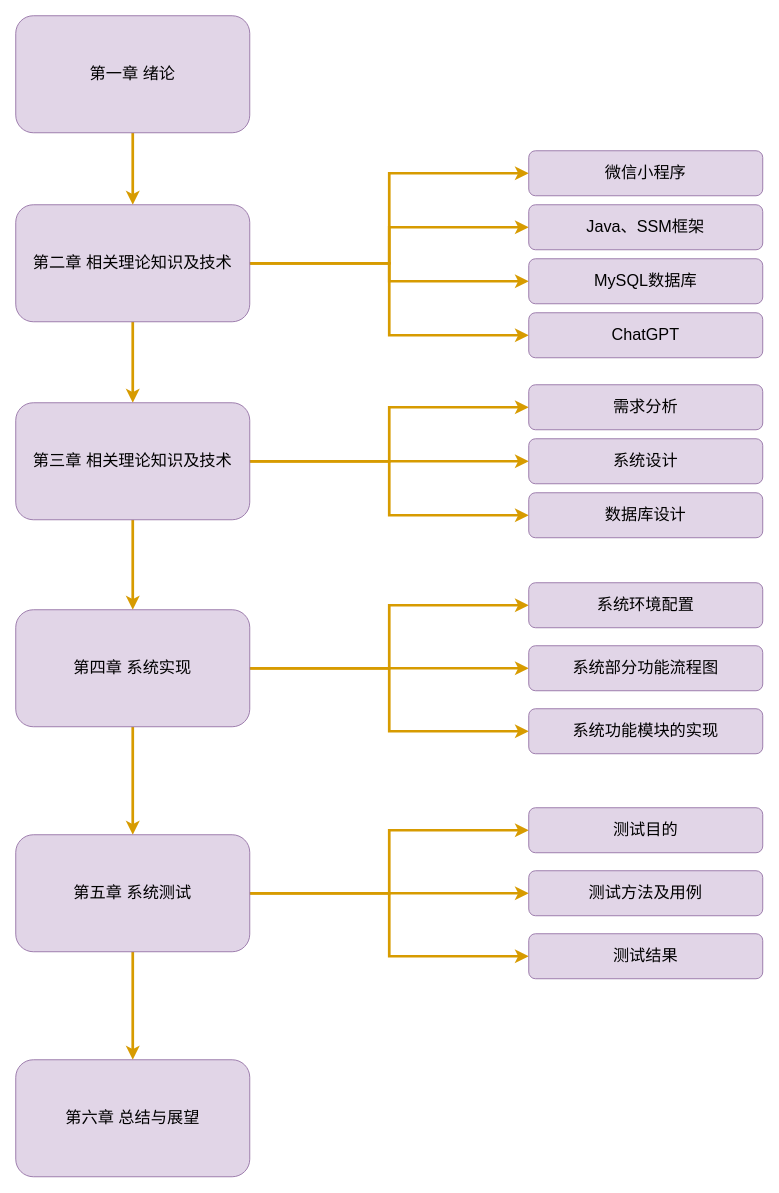
Above: 文章结构图.drawio in ov0-0vo/1 (draw.io), before the change. Source tidied: cells renumbered, new cells numbered last; positions are measured from the earlier drawing's top-left corner, leaving out a move shared by most shapes. Both pictures are drawn from the tidied source at 90%, with x=0, y=0 at pixel (15, 15).
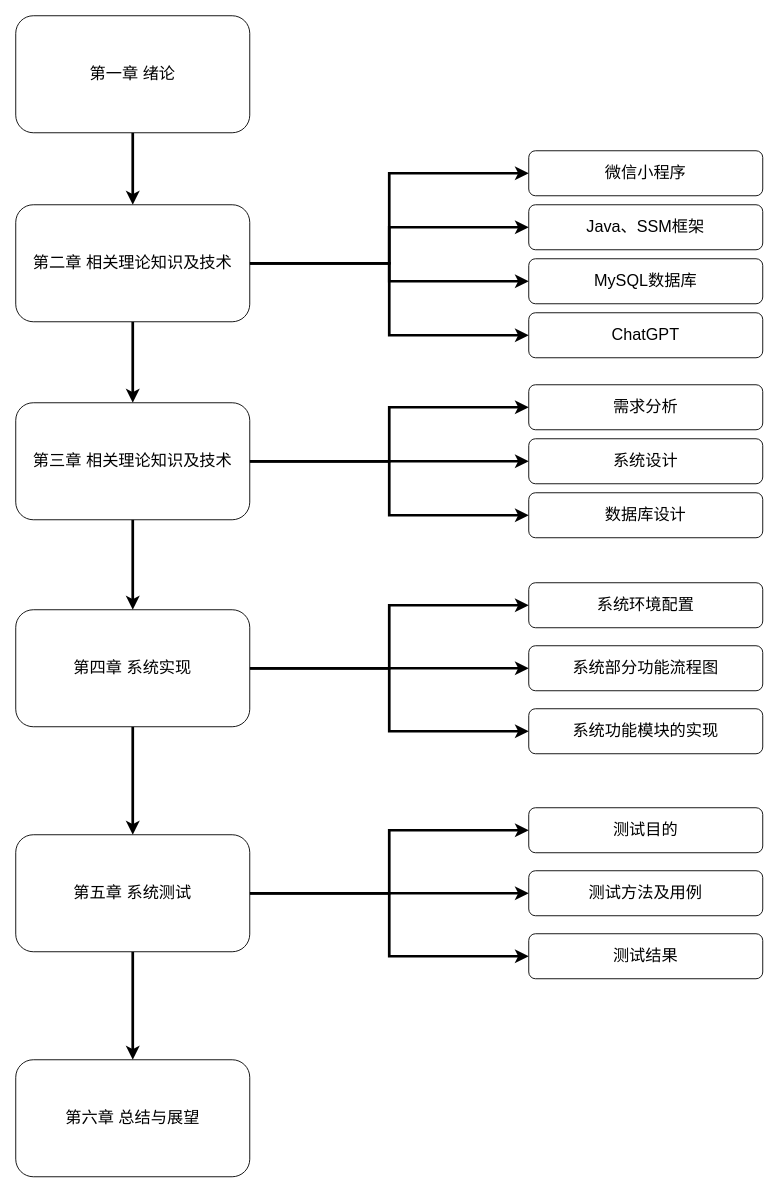
Above is the later version.

Commit message:
更新文章结构图.drawio

What changed in the source:
```diff
@@
-    <mxCell id="2" style="rounded=0;jettySize=auto;html=1;exitX=0.5;exitY=1;exitDx=0;exitDy=0;entryX=0.5;entryY=0;entryDx=0;entryDy=0;fontFamily=Helvetica;fontSize=18;fontColor=default;fillColor=#ffe6cc;strokeColor=#d79b00;strokeWidth=3;" parent="1" edge="1" source="3" target="9">
+    <mxCell id="2" style="rounded=0;jettySize=auto;html=1;exitX=0.5;exitY=1;exitDx=0;exitDy=0;entryX=0.5;entryY=0;entryDx=0;entryDy=0;fontFamily=Helvetica;fontSize=18;fontColor=default;strokeWidth=3;" parent="1" edge="1" source="3" target="9">
       <mxGeometry relative="1" as="geometry" />
     </mxCell>
-    <mxCell id="3" value="第一章 绪论" style="rounded=1;whiteSpace=wrap;html=1;fillColor=#e1d5e7;strokeColor=#9673a6;fontSize=18;" parent="1" vertex="1">
+    <mxCell id="3" value="第一章 绪论" style="rounded=1;whiteSpace=wrap;html=1;fontSize=18;" parent="1" vertex="1">
       <mxGeometry width="260" height="130" as="geometry" />
     </mxCell>
-    <mxCell id="4" style="edgeStyle=none;shape=connector;rounded=0;jettySize=auto;html=1;exitX=0.5;exitY=1;exitDx=0;exitDy=0;entryX=0.5;entryY=0;entryDx=0;entryDy=0;labelBackgroundColor=default;strokeColor=#d79b00;strokeWidth=3;fontFamily=Helvetica;fontSize=18;fontColor=default;endArrow=classic;fillColor=#ffe6cc;" parent="1" edge="1" source="9" target="14">
+    <mxCell id="4" style="edgeStyle=none;shape=connector;rounded=0;jettySize=auto;html=1;exitX=0.5;exitY=1;exitDx=0;exitDy=0;entryX=0.5;entryY=0;entryDx=0;entryDy=0;labelBackgroundColor=default;strokeWidth=3;fontFamily=Helvetica;fontSize=18;fontColor=default;endArrow=classic;" parent="1" edge="1" source="9" target="14">
       <mxGeometry relative="1" as="geometry" />
     </mxCell>
-    <mxCell id="5" style="edgeStyle=orthogonalEdgeStyle;shape=connector;rounded=0;jettySize=auto;html=1;exitX=1;exitY=0.5;exitDx=0;exitDy=0;entryX=0;entryY=0.5;entryDx=0;entryDy=0;labelBackgroundColor=default;strokeColor=#d79b00;strokeWidth=3;fontFamily=Helvetica;fontSize=18;fontColor=default;endArrow=classic;fillColor=#ffe6cc;" parent="1" edge="1" source="9" target="26">
+    <mxCell id="5" style="edgeStyle=orthogonalEdgeStyle;shape=connector;rounded=0;jettySize=auto;html=1;exitX=1;exitY=0.5;exitDx=0;exitDy=0;entryX=0;entryY=0.5;entryDx=0;entryDy=0;labelBackgroundColor=default;strokeWidth=3;fontFamily=Helvetica;fontSize=18;fontColor=default;endArrow=classic;" parent="1" edge="1" source="9" target="26">
       <mxGeometry relative="1" as="geometry" />
     </mxCell>
-    <mxCell id="6" style="edgeStyle=orthogonalEdgeStyle;shape=connector;rounded=0;jettySize=auto;html=1;exitX=1;exitY=0.5;exitDx=0;exitDy=0;entryX=0;entryY=0.5;entryDx=0;entryDy=0;labelBackgroundColor=default;strokeColor=#d79b00;strokeWidth=3;fontFamily=Helvetica;fontSize=18;fontColor=default;endArrow=classic;fillColor=#ffe6cc;" parent="1" edge="1" source="9" target="27">
+    <mxCell id="6" style="edgeStyle=orthogonalEdgeStyle;shape=connector;rounded=0;jettySize=auto;html=1;exitX=1;exitY=0.5;exitDx=0;exitDy=0;entryX=0;entryY=0.5;entryDx=0;entryDy=0;labelBackgroundColor=default;strokeWidth=3;fontFamily=Helvetica;fontSize=18;fontColor=default;endArrow=classic;" parent="1" edge="1" source="9" target="27">
       <mxGeometry relative="1" as="geometry" />
     </mxCell>
-    <mxCell id="7" style="edgeStyle=orthogonalEdgeStyle;shape=connector;rounded=0;jettySize=auto;html=1;exitX=1;exitY=0.5;exitDx=0;exitDy=0;entryX=0;entryY=0.5;entryDx=0;entryDy=0;labelBackgroundColor=default;strokeColor=#d79b00;strokeWidth=3;fontFamily=Helvetica;fontSize=18;fontColor=default;endArrow=classic;fillColor=#ffe6cc;" parent="1" edge="1" source="9" target="28">
+    <mxCell id="7" style="edgeStyle=orthogonalEdgeStyle;shape=connector;rounded=0;jettySize=auto;html=1;exitX=1;exitY=0.5;exitDx=0;exitDy=0;entryX=0;entryY=0.5;entryDx=0;entryDy=0;labelBackgroundColor=default;strokeWidth=3;fontFamily=Helvetica;fontSize=18;fontColor=default;endArrow=classic;" parent="1" edge="1" source="9" target="28">
       <mxGeometry relative="1" as="geometry" />
     </mxCell>
-    <mxCell id="8" style="edgeStyle=orthogonalEdgeStyle;shape=connector;rounded=0;jettySize=auto;html=1;exitX=1;exitY=0.5;exitDx=0;exitDy=0;entryX=0;entryY=0.5;entryDx=0;entryDy=0;labelBackgroundColor=default;strokeColor=#d79b00;strokeWidth=3;fontFamily=Helvetica;fontSize=18;fontColor=default;endArrow=classic;fillColor=#ffe6cc;" parent="1" edge="1" source="9" target="29">
+    <mxCell id="8" style="edgeStyle=orthogonalEdgeStyle;shape=connector;rounded=0;jettySize=auto;html=1;exitX=1;exitY=0.5;exitDx=0;exitDy=0;entryX=0;entryY=0.5;entryDx=0;entryDy=0;labelBackgroundColor=default;strokeWidth=3;fontFamily=Helvetica;fontSize=18;fontColor=default;endArrow=classic;" parent="1" edge="1" source="9" target="29">
       <mxGeometry relative="1" as="geometry" />
     </mxCell>
-    <mxCell id="9" value="第二章 相关理论知识及技术" style="rounded=1;whiteSpace=wrap;html=1;strokeColor=#9673a6;fontFamily=Helvetica;fontSize=18;fontColor=default;fillColor=#e1d5e7;" parent="1" vertex="1">
+    <mxCell id="9" value="第二章 相关理论知识及技术" style="rounded=1;whiteSpace=wrap;html=1;fontFamily=Helvetica;fontSize=18;" parent="1" vertex="1">
       <mxGeometry y="210" width="260" height="130" as="geometry" />
     </mxCell>
-    <mxCell id="10" style="edgeStyle=none;shape=connector;rounded=0;jettySize=auto;html=1;exitX=0.5;exitY=1;exitDx=0;exitDy=0;entryX=0.5;entryY=0;entryDx=0;entryDy=0;labelBackgroundColor=default;strokeColor=#d79b00;strokeWidth=3;fontFamily=Helvetica;fontSize=18;fontColor=default;endArrow=classic;fillColor=#ffe6cc;" parent="1" edge="1" source="14" target="19">
+    <mxCell id="10" style="edgeStyle=none;shape=connector;rounded=0;jettySize=auto;html=1;exitX=0.5;exitY=1;exitDx=0;exitDy=0;entryX=0.5;entryY=0;entryDx=0;entryDy=0;labelBackgroundColor=default;strokeWidth=3;fontFamily=Helvetica;fontSize=18;fontColor=default;endArrow=classic;" parent="1" edge="1" source="14" target="19">
       <mxGeometry relative="1" as="geometry" />
     </mxCell>
-    <mxCell id="11" style="edgeStyle=orthogonalEdgeStyle;shape=connector;rounded=0;jettySize=auto;html=1;exitX=1;exitY=0.5;exitDx=0;exitDy=0;entryX=0;entryY=0.5;entryDx=0;entryDy=0;labelBackgroundColor=default;strokeColor=#d79b00;strokeWidth=3;fontFamily=Helvetica;fontSize=18;fontColor=default;endArrow=classic;fillColor=#ffe6cc;" parent="1" edge="1" source="14" target="31">
+    <mxCell id="11" style="edgeStyle=orthogonalEdgeStyle;shape=connector;rounded=0;jettySize=auto;html=1;exitX=1;exitY=0.5;exitDx=0;exitDy=0;entryX=0;entryY=0.5;entryDx=0;entryDy=0;labelBackgroundColor=default;strokeWidth=3;fontFamily=Helvetica;fontSize=18;fontColor=default;endArrow=classic;" parent="1" edge="1" source="14" target="31">
       <mxGeometry relative="1" as="geometry" />
     </mxCell>
-    <mxCell id="12" style="edgeStyle=orthogonalEdgeStyle;shape=connector;rounded=0;jettySize=auto;html=1;exitX=1;exitY=0.5;exitDx=0;exitDy=0;entryX=0;entryY=0.5;entryDx=0;entryDy=0;labelBackgroundColor=default;strokeColor=#d79b00;strokeWidth=3;fontFamily=Helvetica;fontSize=18;fontColor=default;endArrow=classic;fillColor=#ffe6cc;" parent="1" edge="1" source="14" target="32">
+    <mxCell id="12" style="edgeStyle=orthogonalEdgeStyle;shape=connector;rounded=0;jettySize=auto;html=1;exitX=1;exitY=0.5;exitDx=0;exitDy=0;entryX=0;entryY=0.5;entryDx=0;entryDy=0;labelBackgroundColor=default;strokeWidth=3;fontFamily=Helvetica;fontSize=18;fontColor=default;endArrow=classic;" parent="1" edge="1" source="14" target="32">
       <mxGeometry relative="1" as="geometry" />
     </mxCell>
-    <mxCell id="13" style="edgeStyle=orthogonalEdgeStyle;shape=connector;rounded=0;jettySize=auto;html=1;exitX=1;exitY=0.5;exitDx=0;exitDy=0;entryX=0;entryY=0.5;entryDx=0;entryDy=0;labelBackgroundColor=default;strokeColor=#d79b00;strokeWidth=3;fontFamily=Helvetica;fontSize=18;fontColor=default;endArrow=classic;fillColor=#ffe6cc;" parent="1" edge="1" source="14" target="30">
+    <mxCell id="13" style="edgeStyle=orthogonalEdgeStyle;shape=connector;rounded=0;jettySize=auto;html=1;exitX=1;exitY=0.5;exitDx=0;exitDy=0;entryX=0;entryY=0.5;entryDx=0;entryDy=0;labelBackgroundColor=default;strokeWidth=3;fontFamily=Helvetica;fontSize=18;fontColor=default;endArrow=classic;" parent="1" edge="1" source="14" target="30">
       <mxGeometry relative="1" as="geometry" />
     </mxCell>
-    <mxCell id="14" value="第三章 相关理论知识及技术" style="rounded=1;whiteSpace=wrap;html=1;strokeColor=#9673a6;fontFamily=Helvetica;fontSize=18;fontColor=default;fillColor=#e1d5e7;" parent="1" vertex="1">
+    <mxCell id="14" value="第三章 相关理论知识及技术" style="rounded=1;whiteSpace=wrap;html=1;fontFamily=Helvetica;fontSize=18;" parent="1" vertex="1">
       <mxGeometry y="430" width="260" height="130" as="geometry" />
     </mxCell>
-    <mxCell id="15" style="edgeStyle=none;shape=connector;rounded=0;jettySize=auto;html=1;exitX=0.5;exitY=1;exitDx=0;exitDy=0;entryX=0.5;entryY=0;entryDx=0;entryDy=0;labelBackgroundColor=default;strokeColor=#d79b00;strokeWidth=3;fontFamily=Helvetica;fontSize=18;fontColor=default;endArrow=classic;fillColor=#ffe6cc;" parent="1" edge="1" source="19" target="24">
+    <mxCell id="15" style="edgeStyle=none;shape=connector;rounded=0;jettySize=auto;html=1;exitX=0.5;exitY=1;exitDx=0;exitDy=0;entryX=0.5;entryY=0;entryDx=0;entryDy=0;labelBackgroundColor=default;strokeWidth=3;fontFamily=Helvetica;fontSize=18;fontColor=default;endArrow=classic;" parent="1" edge="1" source="19" target="24">
       <mxGeometry relative="1" as="geometry" />
     </mxCell>
-    <mxCell id="16" style="edgeStyle=orthogonalEdgeStyle;shape=connector;rounded=0;jettySize=auto;html=1;exitX=1;exitY=0.5;exitDx=0;exitDy=0;entryX=0;entryY=0.5;entryDx=0;entryDy=0;labelBackgroundColor=default;strokeColor=#d79b00;strokeWidth=3;fontFamily=Helvetica;fontSize=18;fontColor=default;endArrow=classic;fillColor=#ffe6cc;" parent="1" edge="1" source="19" target="33">
+    <mxCell id="16" style="edgeStyle=orthogonalEdgeStyle;shape=connector;rounded=0;jettySize=auto;html=1;exitX=1;exitY=0.5;exitDx=0;exitDy=0;entryX=0;entryY=0.5;entryDx=0;entryDy=0;labelBackgroundColor=default;strokeWidth=3;fontFamily=Helvetica;fontSize=18;fontColor=default;endArrow=classic;" parent="1" edge="1" source="19" target="33">
       <mxGeometry relative="1" as="geometry" />
     </mxCell>
-    <mxCell id="17" style="edgeStyle=orthogonalEdgeStyle;shape=connector;rounded=0;jettySize=auto;html=1;exitX=1;exitY=0.5;exitDx=0;exitDy=0;entryX=0;entryY=0.5;entryDx=0;entryDy=0;labelBackgroundColor=default;strokeColor=#d79b00;strokeWidth=3;fontFamily=Helvetica;fontSize=18;fontColor=default;endArrow=classic;fillColor=#ffe6cc;" parent="1" edge="1" source="19" target="34">
+    <mxCell id="17" style="edgeStyle=orthogonalEdgeStyle;shape=connector;rounded=0;jettySize=auto;html=1;exitX=1;exitY=0.5;exitDx=0;exitDy=0;entryX=0;entryY=0.5;entryDx=0;entryDy=0;labelBackgroundColor=default;strokeWidth=3;fontFamily=Helvetica;fontSize=18;fontColor=default;endArrow=classic;" parent="1" edge="1" source="19" target="34">
       <mxGeometry relative="1" as="geometry" />
     </mxCell>
-    <mxCell id="18" style="edgeStyle=orthogonalEdgeStyle;shape=connector;rounded=0;jettySize=auto;html=1;exitX=1;exitY=0.5;exitDx=0;exitDy=0;entryX=0;entryY=0.5;entryDx=0;entryDy=0;labelBackgroundColor=default;strokeColor=#d79b00;strokeWidth=3;fontFamily=Helvetica;fontSize=18;fontColor=default;endArrow=classic;fillColor=#ffe6cc;" parent="1" edge="1" source="19" target="35">
+    <mxCell id="18" style="edgeStyle=orthogonalEdgeStyle;shape=connector;rounded=0;jettySize=auto;html=1;exitX=1;exitY=0.5;exitDx=0;exitDy=0;entryX=0;entryY=0.5;entryDx=0;entryDy=0;labelBackgroundColor=default;strokeWidth=3;fontFamily=Helvetica;fontSize=18;fontColor=default;endArrow=classic;" parent="1" edge="1" source="19" target="35">
       <mxGeometry relative="1" as="geometry" />
     </mxCell>
-    <mxCell id="19" value="第四章 系统实现" style="rounded=1;whiteSpace=wrap;html=1;strokeColor=#9673a6;fontFamily=Helvetica;fontSize=18;fontColor=default;fillColor=#e1d5e7;" parent="1" vertex="1">
+    <mxCell id="19" value="第四章 系统实现" style="rounded=1;whiteSpace=wrap;html=1;fontFamily=Helvetica;fontSize=18;" parent="1" vertex="1">
       <mxGeometry y="660" width="260" height="130" as="geometry" />
     </mxCell>
-    <mxCell id="20" style="edgeStyle=none;shape=connector;rounded=0;jettySize=auto;html=1;exitX=0.5;exitY=1;exitDx=0;exitDy=0;entryX=0.5;entryY=0;entryDx=0;entryDy=0;labelBackgroundColor=default;strokeColor=#d79b00;strokeWidth=3;fontFamily=Helvetica;fontSize=18;fontColor=default;endArrow=classic;fillColor=#ffe6cc;" parent="1" edge="1" source="24" target="25">
+    <mxCell id="20" style="edgeStyle=none;shape=connector;rounded=0;jettySize=auto;html=1;exitX=0.5;exitY=1;exitDx=0;exitDy=0;entryX=0.5;entryY=0;entryDx=0;entryDy=0;labelBackgroundColor=default;strokeWidth=3;fontFamily=Helvetica;fontSize=18;fontColor=default;endArrow=classic;" parent="1" edge="1" source="24" target="25">
       <mxGeometry relative="1" as="geometry" />
     </mxCell>
-    <mxCell id="21" style="edgeStyle=orthogonalEdgeStyle;shape=connector;rounded=0;jettySize=auto;html=1;exitX=1;exitY=0.5;exitDx=0;exitDy=0;entryX=0;entryY=0.5;entryDx=0;entryDy=0;labelBackgroundColor=default;strokeColor=#d79b00;strokeWidth=3;fontFamily=Helvetica;fontSize=18;fontColor=default;endArrow=classic;fillColor=#ffe6cc;" parent="1" edge="1" source="24" target="36">
+    <mxCell id="21" style="edgeStyle=orthogonalEdgeStyle;shape=connector;rounded=0;jettySize=auto;html=1;exitX=1;exitY=0.5;exitDx=0;exitDy=0;entryX=0;entryY=0.5;entryDx=0;entryDy=0;labelBackgroundColor=default;strokeWidth=3;fontFamily=Helvetica;fontSize=18;fontColor=default;endArrow=classic;" parent="1" edge="1" source="24" target="36">
       <mxGeometry relative="1" as="geometry" />
     </mxCell>
-    <mxCell id="22" style="edgeStyle=orthogonalEdgeStyle;shape=connector;rounded=0;jettySize=auto;html=1;exitX=1;exitY=0.5;exitDx=0;exitDy=0;entryX=0;entryY=0.5;entryDx=0;entryDy=0;labelBackgroundColor=default;strokeColor=#d79b00;strokeWidth=3;fontFamily=Helvetica;fontSize=18;fontColor=default;endArrow=classic;fillColor=#ffe6cc;" parent="1" edge="1" source="24" target="37">
+    <mxCell id="22" style="edgeStyle=orthogonalEdgeStyle;shape=connector;rounded=0;jettySize=auto;html=1;exitX=1;exitY=0.5;exitDx=0;exitDy=0;entryX=0;entryY=0.5;entryDx=0;entryDy=0;labelBackgroundColor=default;strokeWidth=3;fontFamily=Helvetica;fontSize=18;fontColor=default;endArrow=classic;" parent="1" edge="1" source="24" target="37">
       <mxGeometry relative="1" as="geometry" />
     </mxCell>
-    <mxCell id="23" style="edgeStyle=orthogonalEdgeStyle;shape=connector;rounded=0;jettySize=auto;html=1;exitX=1;exitY=0.5;exitDx=0;exitDy=0;entryX=0;entryY=0.5;entryDx=0;entryDy=0;labelBackgroundColor=default;strokeColor=#d79b00;strokeWidth=3;fontFamily=Helvetica;fontSize=18;fontColor=default;endArrow=classic;fillColor=#ffe6cc;" parent="1" edge="1" source="24" target="38">
+    <mxCell id="23" style="edgeStyle=orthogonalEdgeStyle;shape=connector;rounded=0;jettySize=auto;html=1;exitX=1;exitY=0.5;exitDx=0;exitDy=0;entryX=0;entryY=0.5;entryDx=0;entryDy=0;labelBackgroundColor=default;strokeWidth=3;fontFamily=Helvetica;fontSize=18;fontColor=default;endArrow=classic;" parent="1" edge="1" source="24" target="38">
       <mxGeometry relative="1" as="geometry" />
     </mxCell>
-    <mxCell id="24" value="第五章 系统测试" style="rounded=1;whiteSpace=wrap;html=1;strokeColor=#9673a6;fontFamily=Helvetica;fontSize=18;fontColor=default;fillColor=#e1d5e7;" parent="1" vertex="1">
+    <mxCell id="24" value="第五章 系统测试" style="rounded=1;whiteSpace=wrap;html=1;fontFamily=Helvetica;fontSize=18;" parent="1" vertex="1">
       <mxGeometry y="910" width="260" height="130" as="geometry" />
     </mxCell>
-    <mxCell id="25" value="第六章 总结与展望" style="rounded=1;whiteSpace=wrap;html=1;strokeColor=#9673a6;fontFamily=Helvetica;fontSize=18;fontColor=default;fillColor=#e1d5e7;" parent="1" vertex="1">
+    <mxCell id="25" value="第六章 总结与展望" style="rounded=1;whiteSpace=wrap;html=1;fontFamily=Helvetica;fontSize=18;" parent="1" vertex="1">
       <mxGeometry y="1160" width="260" height="130" as="geometry" />
     </mxCell>
-    <mxCell id="26" value="微信小程序" style="rounded=1;whiteSpace=wrap;html=1;strokeColor=#9673a6;fontFamily=Helvetica;fontSize=18;fontColor=default;fillColor=#e1d5e7;" parent="1" vertex="1">
+    <mxCell id="26" value="微信小程序" style="rounded=1;whiteSpace=wrap;html=1;fontFamily=Helvetica;fontSize=18;" parent="1" vertex="1">
       <mxGeometry x="570" y="150" width="260" height="50" as="geometry" />
     </mxCell>
-    <mxCell id="27" value="Java、SSM框架" style="rounded=1;whiteSpace=wrap;html=1;strokeColor=#9673a6;fontFamily=Helvetica;fontSize=18;fontColor=default;fillColor=#e1d5e7;" parent="1" vertex="1">
+    <mxCell id="27" value="Java、SSM框架" style="rounded=1;whiteSpace=wrap;html=1;fontFamily=Helvetica;fontSize=18;" parent="1" vertex="1">
       <mxGeometry x="570" y="210" width="260" height="50" as="geometry" />
     </mxCell>
-    <mxCell id="28" value="MySQL数据库" style="rounded=1;whiteSpace=wrap;html=1;strokeColor=#9673a6;fontFamily=Helvetica;fontSize=18;fontColor=default;fillColor=#e1d5e7;" parent="1" vertex="1">
+    <mxCell id="28" value="MySQL数据库" style="rounded=1;whiteSpace=wrap;html=1;fontFamily=Helvetica;fontSize=18;" parent="1" vertex="1">
       <mxGeometry x="570" y="270" width="260" height="50" as="geometry" />
     </mxCell>
-    <mxCell id="29" value="ChatGPT" style="rounded=1;whiteSpace=wrap;html=1;strokeColor=#9673a6;fontFamily=Helvetica;fontSize=18;fontColor=default;fillColor=#e1d5e7;" parent="1" vertex="1">
+    <mxCell id="29" value="ChatGPT" style="rounded=1;whiteSpace=wrap;html=1;fontFamily=Helvetica;fontSize=18;" parent="1" vertex="1">
       <mxGeometry x="570" y="330" width="260" height="50" as="geometry" />
     </mxCell>
-    <mxCell id="30" value="数据库设计" style="rounded=1;whiteSpace=wrap;html=1;strokeColor=#9673a6;fontFamily=Helvetica;fontSize=18;fontColor=default;fillColor=#e1d5e7;" parent="1" vertex="1">
+    <mxCell id="30" value="数据库设计" style="rounded=1;whiteSpace=wrap;html=1;fontFamily=Helvetica;fontSize=18;" parent="1" vertex="1">
       <mxGeometry x="570" y="530" width="260" height="50" as="geometry" />
     </mxCell>
-    <mxCell id="31" value="需求分析" style="rounded=1;whiteSpace=wrap;html=1;strokeColor=#9673a6;fontFamily=Helvetica;fontSize=18;fontColor=default;fillColor=#e1d5e7;" parent="1" vertex="1">
+    <mxCell id="31" value="需求分析" style="rounded=1;whiteSpace=wrap;html=1;fontFamily=Helvetica;fontSize=18;" parent="1" vertex="1">
       <mxGeometry x="570" y="410" width="260" height="50" as="geometry" />
     </mxCell>
-    <mxCell id="32" value="系统设计" style="rounded=1;whiteSpace=wrap;html=1;strokeColor=#9673a6;fontFamily=Helvetica;fontSize=18;fontColor=default;fillColor=#e1d5e7;" parent="1" vertex="1">
+    <mxCell id="32" value="系统设计" style="rounded=1;whiteSpace=wrap;html=1;fontFamily=Helvetica;fontSize=18;" parent="1" vertex="1">
       <mxGeometry x="570" y="470" width="260" height="50" as="geometry" />
     </mxCell>
-    <mxCell id="33" value="系统环境配置" style="rounded=1;whiteSpace=wrap;html=1;strokeColor=#9673a6;fontFamily=Helvetica;fontSize=18;fontColor=default;fillColor=#e1d5e7;" parent="1" vertex="1">
+    <mxCell id="33" value="系统环境配置" style="rounded=1;whiteSpace=wrap;html=1;fontFamily=Helvetica;fontSize=18;" parent="1" vertex="1">
       <mxGeometry x="570" y="630" width="260" height="50" as="geometry" />
     </mxCell>
-    <mxCell id="34" value="系统部分功能流程图" style="rounded=1;whiteSpace=wrap;html=1;strokeColor=#9673a6;fontFamily=Helvetica;fontSize=18;fontColor=default;fillColor=#e1d5e7;" parent="1" vertex="1">
+    <mxCell id="34" value="系统部分功能流程图" style="rounded=1;whiteSpace=wrap;html=1;fontFamily=Helvetica;fontSize=18;" parent="1" vertex="1">
       <mxGeometry x="570" y="700" width="260" height="50" as="geometry" />
     </mxCell>
-    <mxCell id="35" value="系统功能模块的实现" style="rounded=1;whiteSpace=wrap;html=1;strokeColor=#9673a6;fontFamily=Helvetica;fontSize=18;fontColor=default;fillColor=#e1d5e7;" parent="1" vertex="1">
+    <mxCell id="35" value="系统功能模块的实现" style="rounded=1;whiteSpace=wrap;html=1;fontFamily=Helvetica;fontSize=18;" parent="1" vertex="1">
       <mxGeometry x="570" y="770" width="260" height="50" as="geometry" />
     </mxCell>
-    <mxCell id="36" value="测试目的" style="rounded=1;whiteSpace=wrap;html=1;strokeColor=#9673a6;fontFamily=Helvetica;fontSize=18;fontColor=default;fillColor=#e1d5e7;" parent="1" vertex="1">
+    <mxCell id="36" value="测试目的" style="rounded=1;whiteSpace=wrap;html=1;fontFamily=Helvetica;fontSize=18;" parent="1" vertex="1">
       <mxGeometry x="570" y="880" width="260" height="50" as="geometry" />
     </mxCell>
-    <mxCell id="37" value="测试方法及用例" style="rounded=1;whiteSpace=wrap;html=1;strokeColor=#9673a6;fontFamily=Helvetica;fontSize=18;fontColor=default;fillColor=#e1d5e7;" parent="1" vertex="1">
+    <mxCell id="37" value="测试方法及用例" style="rounded=1;whiteSpace=wrap;html=1;fontFamily=Helvetica;fontSize=18;" parent="1" vertex="1">
       <mxGeometry x="570" y="950" width="260" height="50" as="geometry" />
     </mxCell>
-    <mxCell id="38" value="测试结果" style="rounded=1;whiteSpace=wrap;html=1;strokeColor=#9673a6;fontFamily=Helvetica;fontSize=18;fontColor=default;fillColor=#e1d5e7;" parent="1" vertex="1">
+    <mxCell id="38" value="测试结果" style="rounded=1;whiteSpace=wrap;html=1;fontFamily=Helvetica;fontSize=18;" parent="1" vertex="1">
       <mxGeometry x="570" y="1020" width="260" height="50" as="geometry" />
     </mxCell>
```
